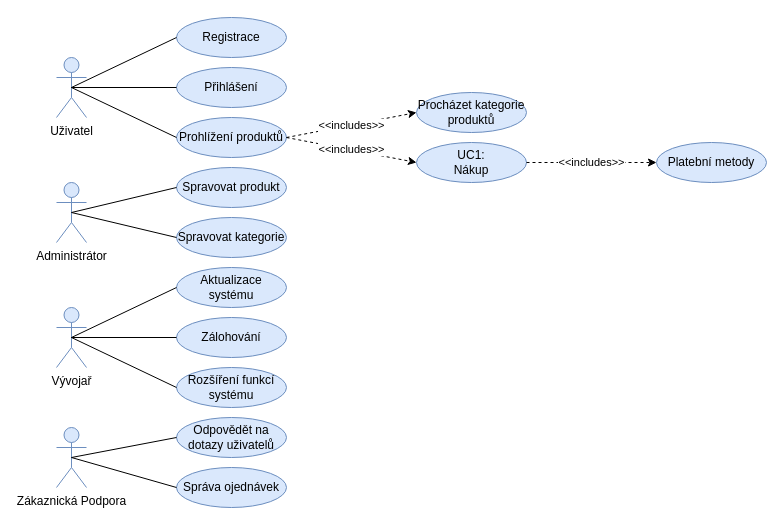
Before: use-case-diagram.drawio in Adamekka/swi, a draw.io diagram. Source tidied: cells renumbered, new cells numbered last; positions are measured from the earlier drawing's top-left corner, leaving out a move shared by most shapes. Both pictures are drawn from the tidied source at 100%, with x=0, y=0 at pixel (56, 17).
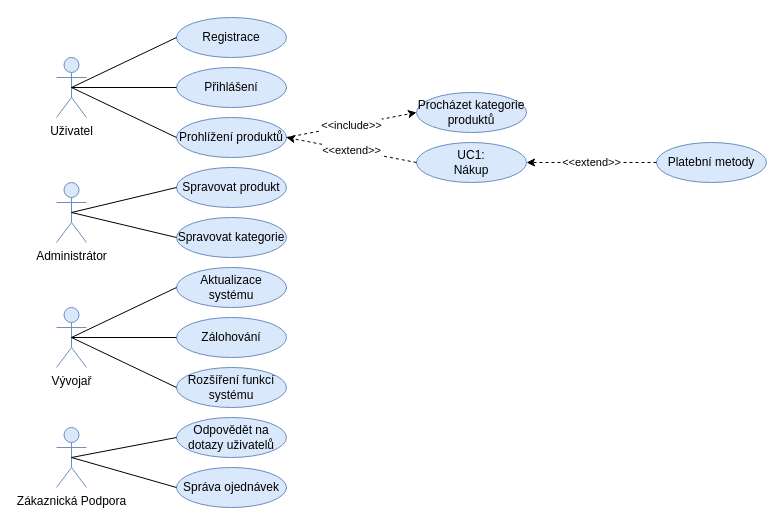
After the change.

Commit message (it also covers changes not shown here):
fix: use case diagram

The change refers to these unchanged cells:
```xml
<mxCell id="8" value="UC1:&lt;div&gt;Nákup&lt;/div&gt;" style="ellipse;whiteSpace=wrap;html=1;fillColor=#dae8fc;strokeColor=#6c8ebf;" parent="1" vertex="1">
  <mxGeometry x="360" y="125" width="110" height="40" as="geometry" />
</mxCell>
<mxCell id="9" value="Prohlížení produktů" style="ellipse;whiteSpace=wrap;html=1;fillColor=#dae8fc;strokeColor=#6c8ebf;" parent="1" vertex="1">
  <mxGeometry x="120" y="100" width="110" height="40" as="geometry" />
</mxCell>
<mxCell id="28" value="Platební metody" style="ellipse;whiteSpace=wrap;html=1;fillColor=#dae8fc;strokeColor=#6c8ebf;" parent="1" vertex="1">
  <mxGeometry x="600" y="125" width="110" height="40" as="geometry" />
</mxCell>
<mxCell id="30" value="Procházet kategorie produktů" style="ellipse;whiteSpace=wrap;html=1;fillColor=#dae8fc;strokeColor=#6c8ebf;" parent="1" vertex="1">
  <mxGeometry x="360" y="75" width="110" height="40" as="geometry" />
</mxCell>
```

The edit, as a diff of the source:
```diff
@@
-    <mxCell id="27" value="&amp;lt;&amp;lt;includes&amp;gt;&amp;gt;" style="endArrow=classic;html=1;rounded=0;dashed=1;exitX=1;exitY=0.5;exitDx=0;exitDy=0;entryX=0;entryY=0.5;entryDx=0;entryDy=0;" parent="1" edge="1" source="9" target="8">
-      <mxGeometry relative="1" as="geometry" />
+    <mxCell id="27" value="&amp;lt;&amp;lt;extend&amp;gt;&amp;gt;" style="endArrow=classic;html=1;rounded=0;dashed=1;exitX=0;exitY=0.5;exitDx=0;exitDy=0;entryX=1;entryY=0.5;entryDx=0;entryDy=0;" parent="1" edge="1" source="8" target="9">
+      <mxGeometry x="-0.01" relative="1" as="geometry" />
     </mxCell>
@@
-    <mxCell id="29" value="&amp;lt;&amp;lt;includes&amp;gt;&amp;gt;" style="endArrow=classic;html=1;rounded=0;exitX=1;exitY=0.5;exitDx=0;exitDy=0;dashed=1;entryX=0;entryY=0.5;entryDx=0;entryDy=0;" parent="1" edge="1" source="8" target="28">
+    <mxCell id="29" value="&amp;lt;&amp;lt;extend&lt;span style=&quot;background-color: light-dark(#ffffff, var(--ge-dark-color, #121212)); color: light-dark(rgb(0, 0, 0), rgb(255, 255, 255));&quot;&gt;&amp;gt;&amp;gt;&lt;/span&gt;" style="endArrow=classic;html=1;rounded=0;dashed=1;entryX=1;entryY=0.5;entryDx=0;entryDy=0;exitX=0;exitY=0.5;exitDx=0;exitDy=0;" parent="1" edge="1" source="28" target="8">
       <mxGeometry relative="1" as="geometry" />
     </mxCell>
@@
-    <mxCell id="31" value="&amp;lt;&amp;lt;includes&amp;gt;&amp;gt;" style="endArrow=classic;html=1;rounded=0;dashed=1;entryX=0;entryY=0.5;entryDx=0;entryDy=0;exitX=1;exitY=0.5;exitDx=0;exitDy=0;" parent="1" edge="1" source="9" target="30">
-      <mxGeometry relative="1" as="geometry" />
+    <mxCell id="31" value="&amp;lt;&amp;lt;include&amp;gt;&amp;gt;" style="endArrow=classic;html=1;rounded=0;dashed=1;entryX=0;entryY=0.5;entryDx=0;entryDy=0;exitX=1;exitY=0.5;exitDx=0;exitDy=0;" parent="1" edge="1" source="9" target="30">
+      <mxGeometry x="-0.01" relative="1" as="geometry" />
     </mxCell>
```
